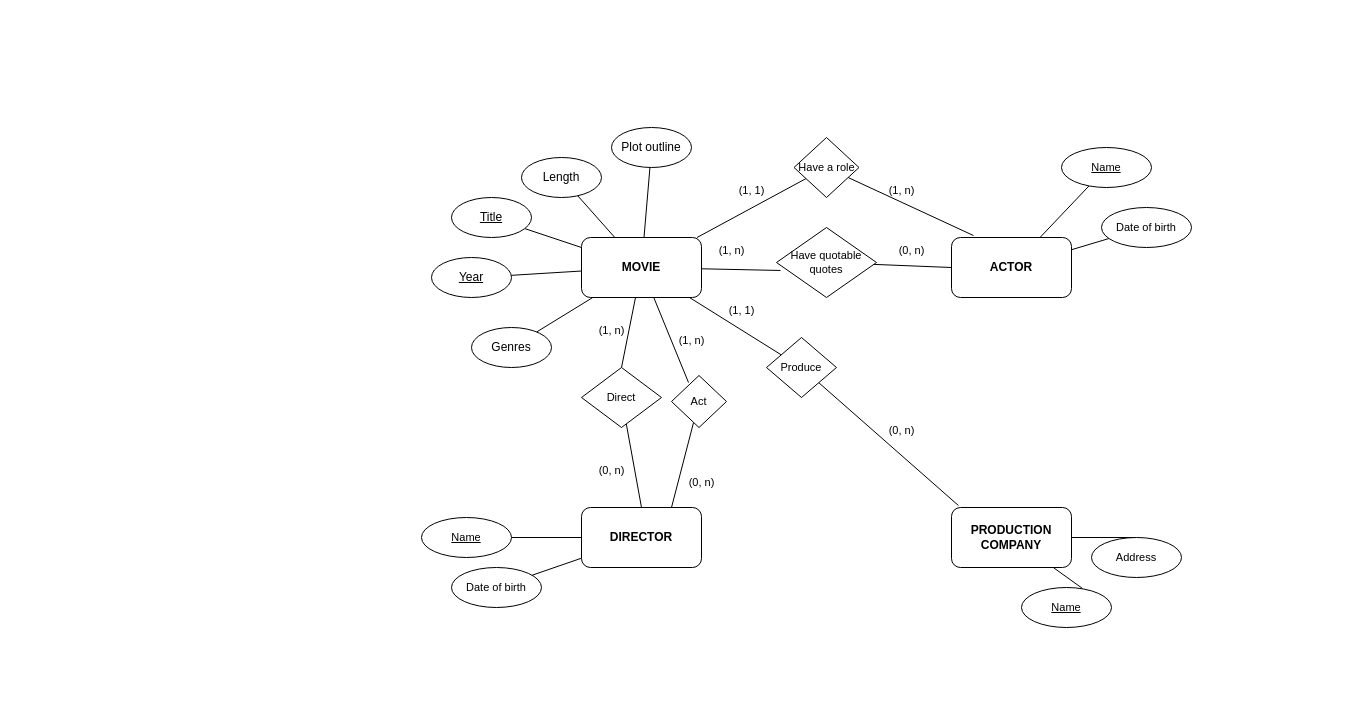
The draw.io diagram MOVIE.drawio in phuongman/BTVN_CSDL, before the edit. Source tidied: cells renumbered, new cells numbered last; positions are measured from the earlier drawing's top-left corner, leaving out a move shared by most shapes. Both pictures are drawn from the tidied source at 100%, with x=0, y=0 at pixel (421, 127).
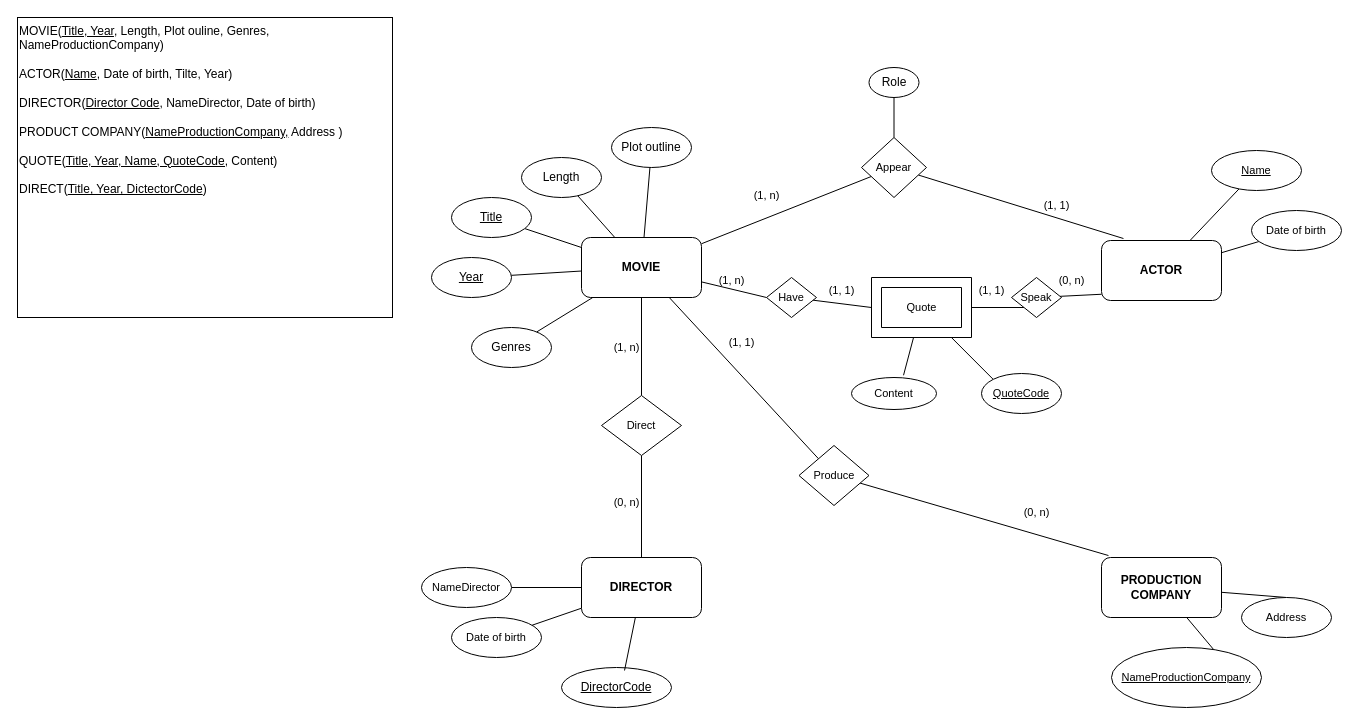
The same page after the edit.

The change refers to these unchanged cells:
```xml
<mxCell id="8" value="&lt;b&gt;MOVIE&lt;/b&gt;" style="rounded=1;whiteSpace=wrap;html=1;" parent="1" vertex="1">
  <mxGeometry x="160" y="110" width="120" height="60" as="geometry" />
</mxCell>
```

Diff of the diagram source:
```diff
@@
-    <mxCell id="5" style="edgeStyle=none;shape=connector;rounded=0;jettySize=auto;html=1;entryX=0.04;entryY=0.614;entryDx=0;entryDy=0;entryPerimeter=0;labelBackgroundColor=default;strokeColor=default;fontFamily=Helvetica;fontSize=11;fontColor=default;endArrow=none;endFill=0;" parent="1" edge="1" source="8" target="43">
-      <mxGeometry relative="1" as="geometry" />
-    </mxCell>
@@
-    <mxCell id="7" style="edgeStyle=none;shape=connector;rounded=0;jettySize=auto;html=1;entryX=0.309;entryY=0.135;entryDx=0;entryDy=0;entryPerimeter=0;labelBackgroundColor=default;strokeColor=default;fontFamily=Helvetica;fontSize=11;fontColor=default;endArrow=none;endFill=0;" parent="1" edge="1" source="8" target="51">
-      <mxGeometry relative="1" as="geometry" />
-    </mxCell>
+    <mxCell id="54" style="edgeStyle=none;shape=connector;rounded=0;jettySize=auto;html=1;entryX=0;entryY=0.5;entryDx=0;entryDy=0;labelBackgroundColor=default;strokeColor=default;align=center;verticalAlign=middle;fontFamily=Helvetica;fontSize=11;fontColor=default;endArrow=none;endFill=0;" parent="1" edge="1" source="8" target="64">
+      <mxGeometry relative="1" as="geometry" />
+    </mxCell>
@@
     <mxCell id="11" value="&lt;b&gt;DIRECTOR&lt;/b&gt;" style="rounded=1;whiteSpace=wrap;html=1;" parent="1" vertex="1">
-      <mxGeometry x="160" y="380" width="120" height="60" as="geometry" />
+      <mxGeometry x="160" y="430" width="120" height="60" as="geometry" />
     </mxCell>
@@
     <mxCell id="14" value="&lt;b&gt;PRODUCTION COMPANY&lt;/b&gt;" style="rounded=1;whiteSpace=wrap;html=1;" parent="1" vertex="1">
-      <mxGeometry x="530" y="380" width="120" height="60" as="geometry" />
+      <mxGeometry x="680" y="430" width="120" height="60" as="geometry" />
     </mxCell>
@@
     <mxCell id="16" value="&lt;b&gt;ACTOR&lt;/b&gt;" style="rounded=1;whiteSpace=wrap;html=1;" parent="1" vertex="1">
-      <mxGeometry x="530" y="110" width="120" height="60" as="geometry" />
+      <mxGeometry x="680" y="113" width="120" height="60" as="geometry" />
     </mxCell>
@@
     <mxCell id="27" value="Name" style="ellipse;whiteSpace=wrap;html=1;fontFamily=Helvetica;fontSize=11;fontColor=default;fontStyle=4;" parent="1" vertex="1">
-      <mxGeometry x="640" y="20" width="90" height="40" as="geometry" />
+      <mxGeometry x="790" y="23" width="90" height="40" as="geometry" />
     </mxCell>
@@
     <mxCell id="29" value="Date of birth" style="ellipse;whiteSpace=wrap;html=1;fontFamily=Helvetica;fontSize=11;fontColor=default;" parent="1" vertex="1">
-      <mxGeometry x="680" y="80" width="90" height="40" as="geometry" />
+      <mxGeometry x="830" y="83" width="90" height="40" as="geometry" />
     </mxCell>
-    <mxCell id="30" value="Name" style="ellipse;whiteSpace=wrap;html=1;fontFamily=Helvetica;fontSize=11;fontColor=default;fontStyle=4;" parent="1" vertex="1">
-      <mxGeometry y="390" width="90" height="40" as="geometry" />
+    <mxCell id="30" value="NameDirector" style="ellipse;whiteSpace=wrap;html=1;fontFamily=Helvetica;fontSize=11;fontColor=default;fontStyle=0;" parent="1" vertex="1">
+      <mxGeometry y="440" width="90" height="40" as="geometry" />
     </mxCell>
     <mxCell id="31" value="Date of birth" style="ellipse;whiteSpace=wrap;html=1;fontFamily=Helvetica;fontSize=11;fontColor=default;" parent="1" vertex="1">
-      <mxGeometry x="30" y="440" width="90" height="40" as="geometry" />
+      <mxGeometry x="30" y="490" width="90" height="40" as="geometry" />
     </mxCell>
-    <mxCell id="32" value="Name" style="ellipse;whiteSpace=wrap;html=1;fontFamily=Helvetica;fontSize=11;fontColor=default;fontStyle=4;" parent="1" vertex="1">
-      <mxGeometry x="600" y="460" width="90" height="40" as="geometry" />
+    <mxCell id="32" value="NameProductionCompany" style="ellipse;whiteSpace=wrap;html=1;fontFamily=Helvetica;fontSize=11;fontColor=default;fontStyle=4;" parent="1" vertex="1">
+      <mxGeometry x="690" y="520" width="150" height="60" as="geometry" />
     </mxCell>
     <mxCell id="33" value="Address" style="ellipse;whiteSpace=wrap;html=1;fontFamily=Helvetica;fontSize=11;fontColor=default;" parent="1" vertex="1">
-      <mxGeometry x="670" y="410" width="90" height="40" as="geometry" />
+      <mxGeometry x="820" y="470" width="90" height="40" as="geometry" />
     </mxCell>
@@
     <mxCell id="35" value="Produce" style="rhombus;whiteSpace=wrap;html=1;fontFamily=Helvetica;fontSize=11;fontColor=default;" parent="1" vertex="1">
-      <mxGeometry x="345" y="210" width="70" height="60" as="geometry" />
+      <mxGeometry x="377.5" y="318" width="70" height="60" as="geometry" />
     </mxCell>
     <mxCell id="36" value="(1, 1)" style="text;html=1;align=center;verticalAlign=middle;strokeColor=none;fillColor=none;fontSize=11;fontFamily=Helvetica;fontColor=default;" parent="1" vertex="1">
-      <mxGeometry x="295" y="168" width="50" height="30" as="geometry" />
+      <mxGeometry x="295" y="200" width="50" height="30" as="geometry" />
     </mxCell>
     <mxCell id="37" value="(0, n)" style="text;html=1;align=center;verticalAlign=middle;strokeColor=none;fillColor=none;fontSize=11;fontFamily=Helvetica;fontColor=default;" parent="1" vertex="1">
-      <mxGeometry x="455" y="288" width="50" height="30" as="geometry" />
+      <mxGeometry x="590" y="370" width="50" height="30" as="geometry" />
     </mxCell>
@@
     <mxCell id="39" value="Direct" style="rhombus;whiteSpace=wrap;html=1;fontFamily=Helvetica;fontSize=11;fontColor=default;" parent="1" vertex="1">
-      <mxGeometry x="160" y="240" width="80" height="60" as="geometry" />
+      <mxGeometry x="180" y="268" width="80" height="60" as="geometry" />
     </mxCell>
     <mxCell id="40" value="(1, n)" style="text;html=1;align=center;verticalAlign=middle;strokeColor=none;fillColor=none;fontSize=11;fontFamily=Helvetica;fontColor=default;" parent="1" vertex="1">
-      <mxGeometry x="165" y="188" width="50" height="30" as="geometry" />
+      <mxGeometry x="180" y="205" width="50" height="30" as="geometry" />
     </mxCell>
     <mxCell id="41" value="(0, n)" style="text;html=1;align=center;verticalAlign=middle;strokeColor=none;fillColor=none;fontSize=11;fontFamily=Helvetica;fontColor=default;" parent="1" vertex="1">
-      <mxGeometry x="165" y="328" width="50" height="30" as="geometry" />
+      <mxGeometry x="180" y="360" width="50" height="30" as="geometry" />
     </mxCell>
-    <mxCell id="42" style="edgeStyle=none;shape=connector;rounded=0;jettySize=auto;html=1;entryX=0;entryY=0.5;entryDx=0;entryDy=0;labelBackgroundColor=default;strokeColor=default;fontFamily=Helvetica;fontSize=11;fontColor=default;endArrow=none;endFill=0;" parent="1" edge="1" source="43" target="16">
-      <mxGeometry relative="1" as="geometry" />
-    </mxCell>
-    <mxCell id="43" value="Have quotable quotes" style="rhombus;whiteSpace=wrap;html=1;fontFamily=Helvetica;fontSize=11;fontColor=default;" parent="1" vertex="1">
-      <mxGeometry x="355" y="100" width="100" height="70" as="geometry" />
-    </mxCell>
-    <mxCell id="44" value="(1, n)" style="text;html=1;align=center;verticalAlign=middle;strokeColor=none;fillColor=none;fontSize=11;fontFamily=Helvetica;fontColor=default;" parent="1" vertex="1">
-      <mxGeometry x="285" y="108" width="50" height="30" as="geometry" />
-    </mxCell>
-    <mxCell id="45" value="(0, n)" style="text;html=1;align=center;verticalAlign=middle;strokeColor=none;fillColor=none;fontSize=11;fontFamily=Helvetica;fontColor=default;" parent="1" vertex="1">
-      <mxGeometry x="465" y="108" width="50" height="30" as="geometry" />
-    </mxCell>
@@
+    <mxCell id="55" style="rounded=0;jettySize=auto;html=1;entryX=0.5;entryY=1;entryDx=0;entryDy=0;endArrow=none;endFill=0;" parent="1" edge="1" source="47" target="56">
+      <mxGeometry relative="1" as="geometry" />
+    </mxCell>
-    <mxCell id="47" value="Have a role" style="rhombus;whiteSpace=wrap;html=1;fontFamily=Helvetica;fontSize=11;fontColor=default;" parent="1" vertex="1">
-      <mxGeometry x="372.5" y="10" width="65" height="60" as="geometry" />
+    <mxCell id="47" value="Appear" style="rhombus;whiteSpace=wrap;html=1;fontFamily=Helvetica;fontSize=11;fontColor=default;" parent="1" vertex="1">
+      <mxGeometry x="440" y="10" width="65" height="60" as="geometry" />
     </mxCell>
-    <mxCell id="48" value="(1, 1)" style="text;html=1;align=center;verticalAlign=middle;strokeColor=none;fillColor=none;fontSize=11;fontFamily=Helvetica;fontColor=default;" parent="1" vertex="1">
-      <mxGeometry x="305" y="48" width="50" height="30" as="geometry" />
+    <mxCell id="48" value="(1, n)" style="text;html=1;align=center;verticalAlign=middle;strokeColor=none;fillColor=none;fontSize=11;fontFamily=Helvetica;fontColor=default;" parent="1" vertex="1">
+      <mxGeometry x="320" y="53" width="50" height="30" as="geometry" />
     </mxCell>
-    <mxCell id="49" value="(1, n)" style="text;html=1;align=center;verticalAlign=middle;strokeColor=none;fillColor=none;fontSize=11;fontFamily=Helvetica;fontColor=default;" parent="1" vertex="1">
-      <mxGeometry x="455" y="48" width="50" height="30" as="geometry" />
+    <mxCell id="49" value="(1, 1)" style="text;html=1;align=center;verticalAlign=middle;strokeColor=none;fillColor=none;fontSize=11;fontFamily=Helvetica;fontColor=default;" parent="1" vertex="1">
+      <mxGeometry x="610" y="63" width="50" height="30" as="geometry" />
     </mxCell>
-    <mxCell id="50" style="edgeStyle=none;shape=connector;rounded=0;jettySize=auto;html=1;entryX=0.75;entryY=0;entryDx=0;entryDy=0;labelBackgroundColor=default;strokeColor=default;fontFamily=Helvetica;fontSize=11;fontColor=default;endArrow=none;endFill=0;" parent="1" edge="1" source="51" target="11">
-      <mxGeometry relative="1" as="geometry" />
-    </mxCell>
-    <mxCell id="51" value="Act" style="rhombus;whiteSpace=wrap;html=1;fontFamily=Helvetica;fontSize=11;fontColor=default;" parent="1" vertex="1">
-      <mxGeometry x="250" y="248" width="55" height="52" as="geometry" />
-    </mxCell>
-    <mxCell id="52" value="(0, n)" style="text;html=1;align=center;verticalAlign=middle;strokeColor=none;fillColor=none;fontSize=11;fontFamily=Helvetica;fontColor=default;" parent="1" vertex="1">
-      <mxGeometry x="255" y="340" width="50" height="30" as="geometry" />
-    </mxCell>
-    <mxCell id="53" value="(1, n)" style="text;html=1;align=center;verticalAlign=middle;strokeColor=none;fillColor=none;fontSize=11;fontFamily=Helvetica;fontColor=default;" parent="1" vertex="1">
-      <mxGeometry x="245" y="198" width="50" height="30" as="geometry" />
-    </mxCell>
+    <mxCell id="56" value="Role" style="ellipse;whiteSpace=wrap;html=1;" parent="1" vertex="1">
+      <mxGeometry x="447.5" y="-60" width="50" height="30" as="geometry" />
+    </mxCell>
+    <mxCell id="57" style="edgeStyle=none;shape=connector;rounded=0;jettySize=auto;html=1;entryX=0;entryY=0;entryDx=0;entryDy=0;labelBackgroundColor=default;strokeColor=default;align=center;verticalAlign=middle;fontFamily=Helvetica;fontSize=11;fontColor=default;endArrow=none;endFill=0;" parent="1" edge="1" source="59" target="62">
+      <mxGeometry relative="1" as="geometry" />
+    </mxCell>
+    <mxCell id="58" style="edgeStyle=none;shape=connector;rounded=0;jettySize=auto;html=1;entryX=0;entryY=1;entryDx=0;entryDy=0;labelBackgroundColor=default;strokeColor=default;align=center;verticalAlign=middle;fontFamily=Helvetica;fontSize=11;fontColor=default;endArrow=none;endFill=0;" parent="1" edge="1" source="59" target="65">
+      <mxGeometry relative="1" as="geometry" />
+    </mxCell>
+    <mxCell id="59" style="verticalLabelPosition=bottom;verticalAlign=top;html=1;shape=mxgraph.basic.frame;dx=10;whiteSpace=wrap;fontFamily=Helvetica;fontSize=11;fontColor=default;" parent="1" vertex="1">
+      <mxGeometry x="450" y="150" width="100" height="60" as="geometry" />
+    </mxCell>
+    <mxCell id="60" value="Quote" style="text;html=1;align=center;verticalAlign=middle;strokeColor=none;fillColor=none;fontSize=11;fontFamily=Helvetica;fontColor=default;" parent="1" vertex="1">
+      <mxGeometry x="475" y="165" width="50" height="30" as="geometry" />
+    </mxCell>
+    <mxCell id="61" value="Content" style="ellipse;whiteSpace=wrap;html=1;fontFamily=Helvetica;fontSize=11;fontColor=default;" parent="1" vertex="1">
+      <mxGeometry x="430" y="250" width="85" height="32" as="geometry" />
+    </mxCell>
+    <mxCell id="62" value="QuoteCode" style="ellipse;whiteSpace=wrap;html=1;fontFamily=Helvetica;fontSize=11;fontColor=default;fontStyle=4;" parent="1" vertex="1">
+      <mxGeometry x="560" y="246" width="80" height="40" as="geometry" />
+    </mxCell>
+    <mxCell id="63" style="edgeStyle=none;shape=connector;rounded=0;jettySize=auto;html=1;entryX=0.612;entryY=-0.069;entryDx=0;entryDy=0;entryPerimeter=0;labelBackgroundColor=default;strokeColor=default;align=center;verticalAlign=middle;fontFamily=Helvetica;fontSize=11;fontColor=default;endArrow=none;endFill=0;" parent="1" edge="1" source="59" target="61">
+      <mxGeometry relative="1" as="geometry" />
+    </mxCell>
+    <mxCell id="64" value="Have" style="rhombus;whiteSpace=wrap;html=1;fontFamily=Helvetica;fontSize=11;fontColor=default;" parent="1" vertex="1">
+      <mxGeometry x="345" y="150" width="50" height="40" as="geometry" />
+    </mxCell>
+    <mxCell id="65" value="Speak" style="rhombus;whiteSpace=wrap;html=1;fontFamily=Helvetica;fontSize=11;fontColor=default;" parent="1" vertex="1">
+      <mxGeometry x="590" y="150" width="50" height="40" as="geometry" />
+    </mxCell>
+    <mxCell id="66" style="edgeStyle=none;shape=connector;rounded=0;jettySize=auto;html=1;entryX=0;entryY=0.5;entryDx=0;entryDy=0;entryPerimeter=0;labelBackgroundColor=default;strokeColor=default;align=center;verticalAlign=middle;fontFamily=Helvetica;fontSize=11;fontColor=default;endArrow=none;endFill=0;" parent="1" edge="1" source="64" target="59">
+      <mxGeometry relative="1" as="geometry" />
+    </mxCell>
+    <mxCell id="67" style="edgeStyle=none;shape=connector;rounded=0;jettySize=auto;html=1;entryX=0;entryY=0.896;entryDx=0;entryDy=0;entryPerimeter=0;labelBackgroundColor=default;strokeColor=default;align=center;verticalAlign=middle;fontFamily=Helvetica;fontSize=11;fontColor=default;endArrow=none;endFill=0;" parent="1" edge="1" source="65" target="16">
+      <mxGeometry relative="1" as="geometry" />
+    </mxCell>
+    <mxCell id="68" value="(1, 1)" style="text;html=1;align=center;verticalAlign=middle;strokeColor=none;fillColor=none;fontSize=11;fontFamily=Helvetica;fontColor=default;" parent="1" vertex="1">
+      <mxGeometry x="395" y="148" width="50" height="30" as="geometry" />
+    </mxCell>
+    <mxCell id="69" value="(1, n)" style="text;html=1;align=center;verticalAlign=middle;strokeColor=none;fillColor=none;fontSize=11;fontFamily=Helvetica;fontColor=default;" parent="1" vertex="1">
+      <mxGeometry x="285" y="138" width="50" height="30" as="geometry" />
+    </mxCell>
+    <mxCell id="70" value="(1, 1)" style="text;html=1;align=center;verticalAlign=middle;strokeColor=none;fillColor=none;fontSize=11;fontFamily=Helvetica;fontColor=default;" parent="1" vertex="1">
+      <mxGeometry x="545" y="148" width="50" height="30" as="geometry" />
+    </mxCell>
+    <mxCell id="71" value="(0, n)" style="text;html=1;align=center;verticalAlign=middle;strokeColor=none;fillColor=none;fontSize=11;fontFamily=Helvetica;fontColor=default;" parent="1" vertex="1">
+      <mxGeometry x="625" y="138" width="50" height="30" as="geometry" />
+    </mxCell>
+    <mxCell id="72" value="MOVIE(&lt;u&gt;Title, Year&lt;/u&gt;, Length, Plot ouline, Genres, NameProductionCompany)&lt;br&gt;&lt;br&gt;ACTOR(&lt;u&gt;Name&lt;/u&gt;, Date of birth, Tilte, Year)&lt;br&gt;&lt;br&gt;DIRECTOR(&lt;u&gt;Director Code&lt;/u&gt;, NameDirector, Date of birth)&lt;br&gt;&lt;br&gt;PRODUCT COMPANY(&lt;u&gt;NameProductionCompany,&lt;/u&gt; Address )&lt;br&gt;&lt;br&gt;QUOTE(&lt;u&gt;Title, Year, Name, QuoteCode,&lt;/u&gt; Content)&lt;br&gt;&lt;br&gt;DIRECT(&lt;u&gt;Title, Year, DictectorCode&lt;/u&gt;)" style="rounded=0;whiteSpace=wrap;html=1;verticalAlign=top;align=left;" parent="1" vertex="1">
+      <mxGeometry x="-404" y="-110" width="375" height="300" as="geometry" />
+    </mxCell>
+    <mxCell id="73" value="&lt;u&gt;DirectorCode&lt;/u&gt;" style="ellipse;whiteSpace=wrap;html=1;" parent="1" vertex="1">
+      <mxGeometry x="140" y="540" width="110" height="40" as="geometry" />
+    </mxCell>
+    <mxCell id="74" style="rounded=0;jettySize=auto;html=1;entryX=0.573;entryY=0.075;entryDx=0;entryDy=0;entryPerimeter=0;endArrow=none;endFill=0;" parent="1" edge="1" source="11" target="73">
+      <mxGeometry relative="1" as="geometry" />
+    </mxCell>
```
